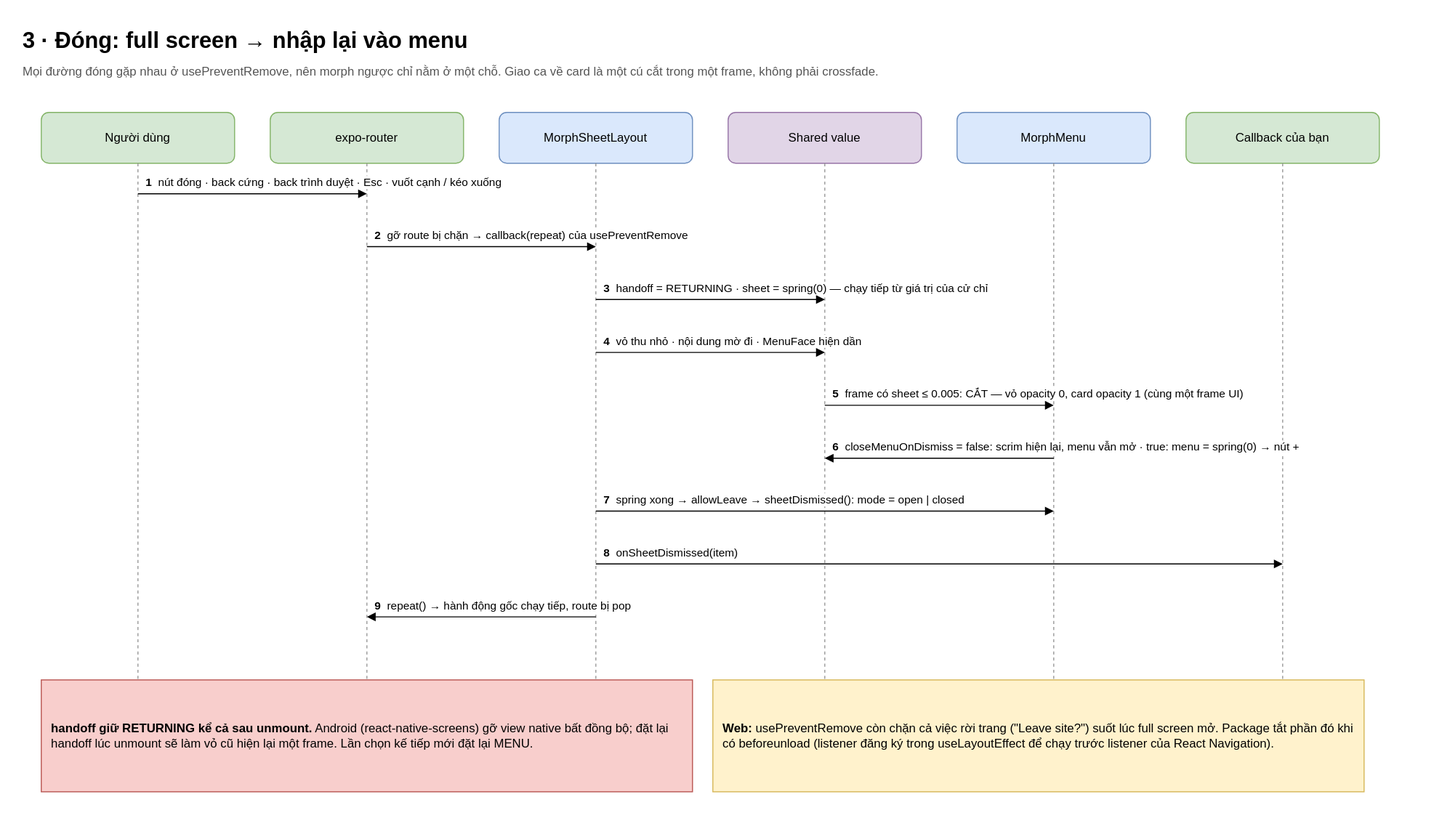
Earlier version of the draw.io export docs/diagrams/svg/vi/3-closing.svg (anhtuank7c/expo-morph-menu). Source tidied: cells renumbered, new cells last; positions are measured from the earlier drawing's top-left corner, leaving out a move shared by most shapes.
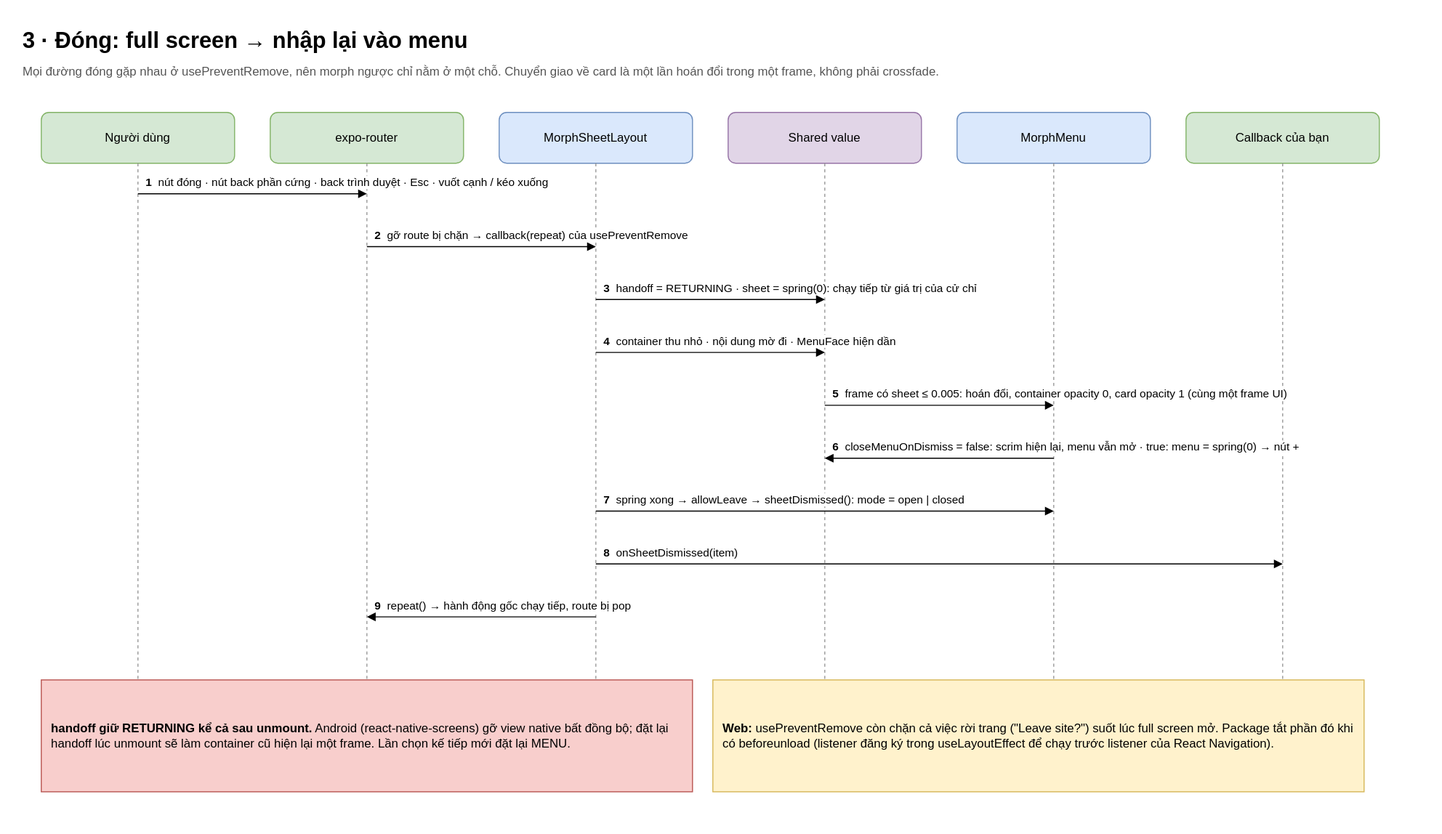
The same file after the commit.

What changed in the source:
```diff
@@ -5,7 +5,7 @@
     <mxCell id="2" value="3 · Đóng: full screen → nhập lại vào menu" style="text;html=1;fontSize=22;fontStyle=1;align=left;verticalAlign=top;" parent="1" vertex="1">
       <mxGeometry width="900" height="34" as="geometry" />
     </mxCell>
-    <mxCell id="3" value="Mọi đường đóng gặp nhau ở usePreventRemove, nên morph ngược chỉ nằm ở một chỗ. Giao ca về card là một cú cắt trong một frame, không phải crossfade." style="text;html=1;fontSize=12;fontColor=#555555;align=left;verticalAlign=top;whiteSpace=wrap;" parent="1" vertex="1">
+    <mxCell id="3" value="Mọi đường đóng gặp nhau ở usePreventRemove, nên morph ngược chỉ nằm ở một chỗ. Chuyển giao về card là một lần hoán đổi trong một frame, không phải crossfade." style="text;html=1;fontSize=12;fontColor=#555555;align=left;verticalAlign=top;whiteSpace=wrap;" parent="1" vertex="1">
       <mxGeometry y="36" width="1250" height="40" as="geometry" />
     </mxCell>
     <mxCell id="4" value="Người dùng" style="rounded=1;whiteSpace=wrap;html=1;fillColor=#d5e8d4;strokeColor=#82b366;" parent="1" vertex="1">
@@ -68,7 +68,7 @@
         <mxPoint x="340" y="170" as="targetPoint" />
       </mxGeometry>
     </mxCell>
-    <mxCell id="17" value="&lt;b&gt;1&lt;/b&gt;&amp;nbsp; nút đóng · back cứng · back trình duyệt · Esc · vuốt cạnh / kéo xuống" style="text;html=1;fontSize=11;align=left;verticalAlign=bottom;whiteSpace=wrap;labelBackgroundColor=#ffffff;" parent="1" vertex="1">
+    <mxCell id="17" value="&lt;b&gt;1&lt;/b&gt;&amp;nbsp; nút đóng · nút back phần cứng · back trình duyệt · Esc · vuốt cạnh / kéo xuống" style="text;html=1;fontSize=11;align=left;verticalAlign=bottom;whiteSpace=wrap;labelBackgroundColor=#ffffff;" parent="1" vertex="1">
       <mxGeometry x="121" y="136" width="560" height="32" as="geometry" />
     </mxCell>
     <mxCell id="18" style="endArrow=block;endFill=1;html=1;" parent="1" edge="1">
@@ -86,7 +86,7 @@
         <mxPoint x="790" y="274" as="targetPoint" />
       </mxGeometry>
     </mxCell>
-    <mxCell id="21" value="&lt;b&gt;3&lt;/b&gt;&amp;nbsp; handoff = RETURNING · sheet = spring(0) — chạy tiếp từ giá trị của cử chỉ" style="text;html=1;fontSize=11;align=left;verticalAlign=bottom;whiteSpace=wrap;labelBackgroundColor=#ffffff;" parent="1" vertex="1">
+    <mxCell id="21" value="&lt;b&gt;3&lt;/b&gt;&amp;nbsp; handoff = RETURNING · sheet = spring(0): chạy tiếp từ giá trị của cử chỉ" style="text;html=1;fontSize=11;align=left;verticalAlign=bottom;whiteSpace=wrap;labelBackgroundColor=#ffffff;" parent="1" vertex="1">
       <mxGeometry x="571" y="240" width="560" height="32" as="geometry" />
     </mxCell>
     <mxCell id="22" style="endArrow=block;endFill=1;html=1;" parent="1" edge="1">
@@ -95,7 +95,7 @@
         <mxPoint x="790" y="326" as="targetPoint" />
       </mxGeometry>
     </mxCell>
-    <mxCell id="23" value="&lt;b&gt;4&lt;/b&gt;&amp;nbsp; vỏ thu nhỏ · nội dung mờ đi · MenuFace hiện dần" style="text;html=1;fontSize=11;align=left;verticalAlign=bottom;whiteSpace=wrap;labelBackgroundColor=#ffffff;" parent="1" vertex="1">
+    <mxCell id="23" value="&lt;b&gt;4&lt;/b&gt;&amp;nbsp; container thu nhỏ · nội dung mờ đi · MenuFace hiện dần" style="text;html=1;fontSize=11;align=left;verticalAlign=bottom;whiteSpace=wrap;labelBackgroundColor=#ffffff;" parent="1" vertex="1">
       <mxGeometry x="571" y="292" width="560" height="32" as="geometry" />
     </mxCell>
     <mxCell id="24" style="endArrow=block;endFill=1;html=1;" parent="1" edge="1">
@@ -104,7 +104,7 @@
         <mxPoint x="1015" y="378" as="targetPoint" />
       </mxGeometry>
     </mxCell>
-    <mxCell id="25" value="&lt;b&gt;5&lt;/b&gt;&amp;nbsp; frame có sheet ≤ 0.005: CẮT — vỏ opacity 0, card opacity 1 (cùng một frame UI)" style="text;html=1;fontSize=11;align=left;verticalAlign=bottom;whiteSpace=wrap;labelBackgroundColor=#ffffff;" parent="1" vertex="1">
+    <mxCell id="25" value="&lt;b&gt;5&lt;/b&gt;&amp;nbsp; frame có sheet ≤ 0.005: hoán đổi, container opacity 0, card opacity 1 (cùng một frame UI)" style="text;html=1;fontSize=11;align=left;verticalAlign=bottom;whiteSpace=wrap;labelBackgroundColor=#ffffff;" parent="1" vertex="1">
       <mxGeometry x="796" y="344" width="560" height="32" as="geometry" />
     </mxCell>
     <mxCell id="26" style="endArrow=block;endFill=1;html=1;" parent="1" edge="1">
@@ -143,7 +143,7 @@
     <mxCell id="33" value="&lt;b&gt;9&lt;/b&gt;&amp;nbsp; repeat() → hành động gốc chạy tiếp, route bị pop" style="text;html=1;fontSize=11;align=left;verticalAlign=bottom;whiteSpace=wrap;labelBackgroundColor=#ffffff;" parent="1" vertex="1">
       <mxGeometry x="346" y="552" width="560" height="32" as="geometry" />
     </mxCell>
-    <mxCell id="34" value="&lt;b&gt;handoff giữ RETURNING kể cả sau unmount.&lt;/b&gt; Android (react-native-screens) gỡ view native bất đồng bộ; đặt lại handoff lúc unmount sẽ làm vỏ cũ hiện lại một frame. Lần chọn kế tiếp mới đặt lại MENU." style="rounded=0;whiteSpace=wrap;html=1;fillColor=#f8cecc;strokeColor=#b85450;align=left;spacingLeft=8;spacingRight=8;" parent="1" vertex="1">
+    <mxCell id="34" value="&lt;b&gt;handoff giữ RETURNING kể cả sau unmount.&lt;/b&gt; Android (react-native-screens) gỡ view native bất đồng bộ; đặt lại handoff lúc unmount sẽ làm container cũ hiện lại một frame. Lần chọn kế tiếp mới đặt lại MENU." style="rounded=0;whiteSpace=wrap;html=1;fillColor=#f8cecc;strokeColor=#b85450;align=left;spacingLeft=8;spacingRight=8;" parent="1" vertex="1">
       <mxGeometry x="20" y="648" width="640" height="110" as="geometry" />
     </mxCell>
     <mxCell id="35" value="&lt;b&gt;Web:&lt;/b&gt; usePreventRemove còn chặn cả việc rời trang (&quot;Leave site?&quot;) suốt lúc full screen mở. Package tắt phần đó khi có beforeunload (listener đăng ký trong useLayoutEffect để chạy trước listener của React Navigation)." style="rounded=0;whiteSpace=wrap;html=1;fillColor=#fff2cc;strokeColor=#d6b656;align=left;spacingLeft=8;spacingRight=8;" parent="1" vertex="1">
```
